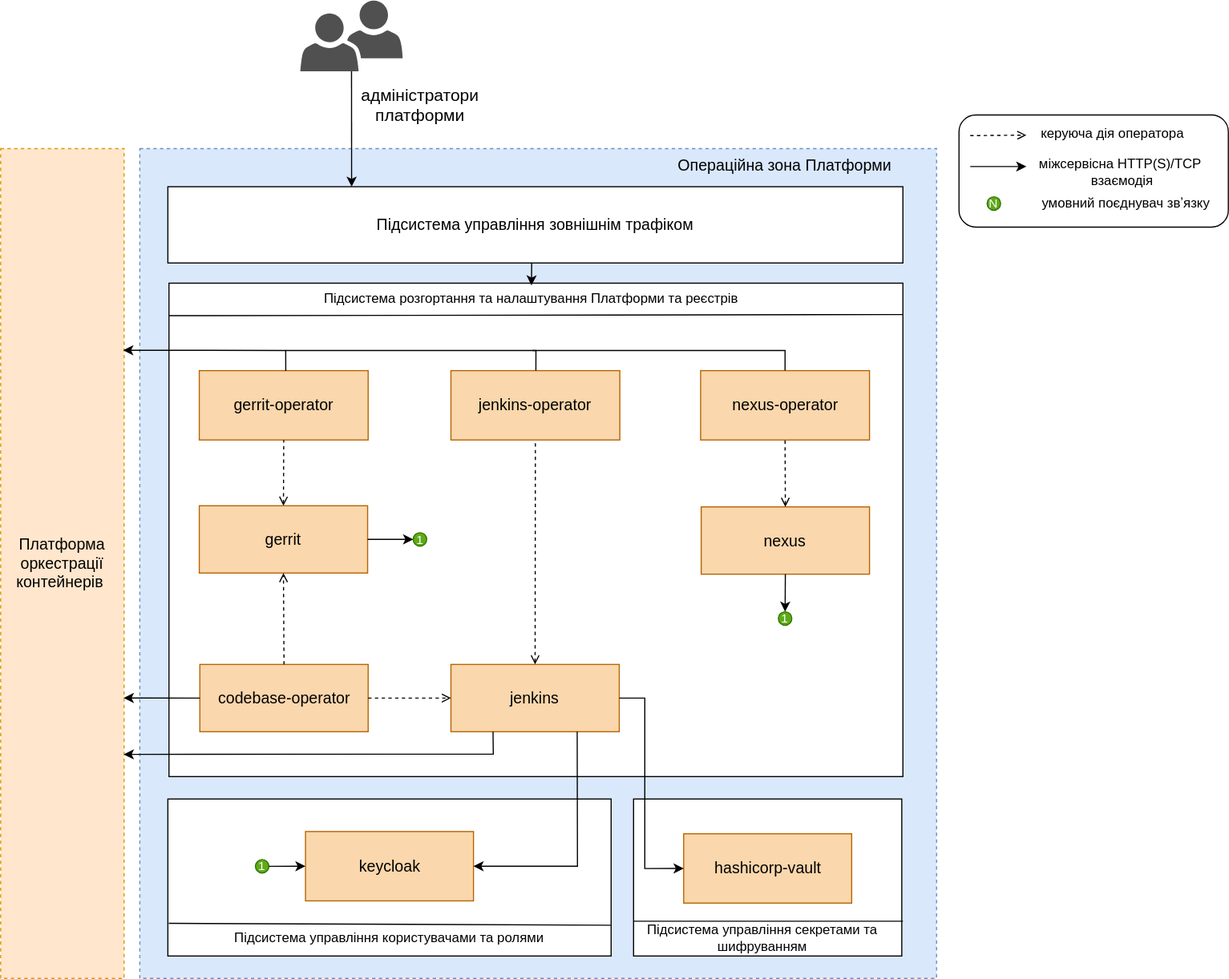
epam/edp-ddm-architecture keeps this draw.io diagram as docs/ua/modules/arch/images/architecture/platform/administrative/config-management/config-mgmt.svg. Above is the earlier version. Source tidied: cells renumbered, new cells last; positions are measured from the earlier drawing's top-left corner, leaving out a move shared by most shapes. Its diagram source:
```xml
<mxGraphModel>
  <root>
    <mxCell id="0" />
    <mxCell id="1" parent="0" />
    <mxCell id="2" style="rounded=1;whiteSpace=wrap;html=1;" parent="1" vertex="1">
      <mxGeometry x="854" y="102" width="240" height="100" as="geometry" />
    </mxCell>
    <mxCell id="3" style="sketch=0;shadow=0;dashed=0;html=1;strokeColor=none;fillColor=#505050;labelPosition=center;verticalLabelPosition=bottom;verticalAlign=top;outlineConnect=0;align=center;shape=mxgraph.office.users.users_two;" parent="1" vertex="1">
      <mxGeometry x="267" width="91.2" height="63" as="geometry" />
    </mxCell>
    <mxCell id="4" value="&lt;font style=&quot;font-size: 15px;&quot;&gt;адміністратори&lt;br style=&quot;border-color: var(--border-color);&quot;&gt;&lt;span style=&quot;&quot;&gt;платформи&lt;/span&gt;&lt;/font&gt;" style="text;html=1;strokeColor=none;fillColor=none;align=center;verticalAlign=middle;whiteSpace=wrap;rounded=0;" parent="1" vertex="1">
      <mxGeometry x="335.8" y="76.5" width="75.8" height="33.5" as="geometry" />
    </mxCell>
    <mxCell id="5" style="rounded=0;whiteSpace=wrap;html=1;fillColor=#dae8fc;strokeColor=#6c8ebf;dashed=1;" parent="1" vertex="1">
      <mxGeometry x="124" y="132" width="710" height="740" as="geometry" />
    </mxCell>
    <mxCell id="6" value="&lt;font style=&quot;font-size: 14px;&quot;&gt;Операційна зона Платформи&lt;/font&gt;" style="text;html=1;strokeColor=none;fillColor=none;align=center;verticalAlign=middle;whiteSpace=wrap;rounded=0;" parent="1" vertex="1">
      <mxGeometry x="594" y="132" width="210" height="30" as="geometry" />
    </mxCell>
    <mxCell id="7" value="&lt;font style=&quot;font-size: 14px;&quot;&gt;Підсистема управління зовнішнім трафіком&lt;/font&gt;" style="rounded=0;whiteSpace=wrap;html=1;" parent="1" vertex="1">
      <mxGeometry x="149" y="166" width="655" height="68" as="geometry" />
    </mxCell>
    <mxCell id="8" style="endArrow=classic;html=1;rounded=0;entryX=0.25;entryY=0;entryDx=0;entryDy=0;" parent="1" edge="1" source="3" target="7">
      <mxGeometry relative="1" as="geometry" />
    </mxCell>
    <mxCell id="9" style="rounded=0;whiteSpace=wrap;html=1;" parent="1" vertex="1">
      <mxGeometry x="150" y="252" width="654" height="440" as="geometry" />
    </mxCell>
    <mxCell id="10" value="&lt;font style=&quot;font-size: 14px;&quot;&gt;jenkins&lt;br&gt;&lt;/font&gt;" style="rounded=0;whiteSpace=wrap;html=1;fillColor=#fad7ac;strokeColor=#b46504;" parent="1" vertex="1">
      <mxGeometry x="401.2" y="592" width="150" height="60" as="geometry" />
    </mxCell>
    <mxCell id="11" value="&lt;font style=&quot;font-size: 12px;&quot;&gt;Підсистема розгортання та налаштування Платформи та реєстрів&lt;/font&gt;" style="text;html=1;strokeColor=none;fillColor=none;align=center;verticalAlign=middle;whiteSpace=wrap;rounded=0;" parent="1" vertex="1">
      <mxGeometry x="152" y="254" width="642" height="24" as="geometry" />
    </mxCell>
    <mxCell id="12" value="&lt;font style=&quot;font-size: 14px;&quot;&gt;Платформа оркестрації&lt;br&gt;контейнерів&amp;nbsp;&lt;/font&gt;" style="rounded=0;whiteSpace=wrap;html=1;fillColor=#ffe6cc;strokeColor=#d79b00;dashed=1;" parent="1" vertex="1">
      <mxGeometry y="132" width="110" height="740" as="geometry" />
    </mxCell>
    <mxCell id="13" value="&lt;font style=&quot;font-size: 14px;&quot;&gt;jenkins-operator&lt;/font&gt;" style="rounded=0;whiteSpace=wrap;html=1;fillColor=#fad7ac;strokeColor=#b46504;points=[[0,0,0,0,0],[0,0.25,0,0,0],[0,0.5,0,0,0],[0,0.75,0,0,0],[0,1,0,0,0],[0.25,0,0,0,0],[0.25,1,0,0,0],[0.5,0,0,0,0],[0.5,1,0,0,0],[0.75,0,0,0,0],[0.75,1,0,0,0],[1,0,0,0,0],[1,0.25,0,0,0],[1,0.5,0,0,0],[1,0.65,0,0,0],[1,1,0,0,0]];" parent="1" vertex="1">
      <mxGeometry x="401.2" y="330" width="150.5" height="61.8" as="geometry" />
    </mxCell>
    <mxCell id="14" style="endArrow=none;html=1;rounded=0;dashed=1;endFill=0;startArrow=open;startFill=0;entryX=0.5;entryY=1;entryDx=0;entryDy=0;exitX=0.5;exitY=0;exitDx=0;exitDy=0;" parent="1" edge="1" source="10" target="13">
      <mxGeometry relative="1" as="geometry" />
    </mxCell>
    <mxCell id="15" style="endArrow=open;html=1;rounded=0;dashed=1;endFill=0;" parent="1" edge="1">
      <mxGeometry relative="1" as="geometry">
        <mxPoint x="864" y="120.4" as="sourcePoint" />
        <mxPoint x="914" y="120" as="targetPoint" />
      </mxGeometry>
    </mxCell>
    <mxCell id="16" value="керуюча дія оператора" style="text;html=1;strokeColor=none;fillColor=none;align=center;verticalAlign=middle;whiteSpace=wrap;rounded=0;" parent="1" vertex="1">
      <mxGeometry x="912" y="104" width="158" height="30" as="geometry" />
    </mxCell>
    <mxCell id="17" style="endArrow=classic;html=1;rounded=0;" parent="1" edge="1">
      <mxGeometry relative="1" as="geometry">
        <mxPoint x="864" y="148" as="sourcePoint" />
        <mxPoint x="914" y="148" as="targetPoint" />
      </mxGeometry>
    </mxCell>
    <mxCell id="18" value="міжсервісна HTTP(S)/TCP&lt;br&gt;&amp;nbsp;взаємодія" style="text;html=1;strokeColor=none;fillColor=none;align=center;verticalAlign=middle;whiteSpace=wrap;rounded=0;" parent="1" vertex="1">
      <mxGeometry x="913" y="138" width="170" height="30" as="geometry" />
    </mxCell>
    <mxCell id="19" style="rounded=0;whiteSpace=wrap;html=1;points=[[0,0,0,0,0],[0,0.25,0,0,0],[0,0.5,0,0,0],[0,0.75,0,0,0],[0,1,0,0,0],[0.25,0,0,0,0],[0.25,1,0,0,0],[0.5,0,0,0,0],[0.5,1,0,0,0],[0.68,0,0,0,0],[0.75,1,0,0,0],[1,0,0,0,0],[1,0.25,0,0,0],[1,0.5,0,0,0],[1,0.75,0,0,0],[1,1,0,0,0]];" parent="1" vertex="1">
      <mxGeometry x="149" y="712" width="395" height="140" as="geometry" />
    </mxCell>
    <mxCell id="20" value="&lt;font style=&quot;font-size: 12px;&quot;&gt;Підсистема управління користувачами та ролями&lt;/font&gt;" style="text;html=1;strokeColor=none;fillColor=default;align=center;verticalAlign=middle;whiteSpace=wrap;rounded=0;" parent="1" vertex="1">
      <mxGeometry x="185.2" y="821" width="322.5" height="30" as="geometry" />
    </mxCell>
    <mxCell id="21" value="&lt;font style=&quot;font-size: 14px;&quot;&gt;keycloak&lt;/font&gt;" style="rounded=0;whiteSpace=wrap;html=1;fillColor=#fad7ac;strokeColor=#b46504;" parent="1" vertex="1">
      <mxGeometry x="271.6" y="741" width="149.7" height="61.8" as="geometry" />
    </mxCell>
    <mxCell id="22" value="&lt;span style=&quot;font-size: 14px;&quot;&gt;gerrit&lt;/span&gt;" style="rounded=0;whiteSpace=wrap;html=1;fillColor=#fad7ac;strokeColor=#b46504;" parent="1" vertex="1">
      <mxGeometry x="177" y="450.5" width="150" height="60" as="geometry" />
    </mxCell>
    <mxCell id="23" style="endArrow=none;html=1;rounded=0;exitX=0.001;exitY=0.914;exitDx=0;exitDy=0;exitPerimeter=0;" parent="1" edge="1">
      <mxGeometry relative="1" as="geometry">
        <mxPoint x="150.3" y="281" as="sourcePoint" />
        <mxPoint x="804" y="280" as="targetPoint" />
      </mxGeometry>
    </mxCell>
    <mxCell id="24" style="endArrow=none;html=1;rounded=0;exitX=0.002;exitY=0.792;exitDx=0;exitDy=0;exitPerimeter=0;entryX=0.999;entryY=0.804;entryDx=0;entryDy=0;entryPerimeter=0;" parent="1" edge="1" source="19" target="19">
      <mxGeometry relative="1" as="geometry" />
    </mxCell>
    <mxCell id="25" style="rounded=0;whiteSpace=wrap;html=1;" parent="1" vertex="1">
      <mxGeometry x="564" y="712" width="239" height="140" as="geometry" />
    </mxCell>
    <mxCell id="26" value="&lt;font style=&quot;font-size: 12px;&quot;&gt;Підсистема управління секретами та шифруванням&lt;/font&gt;" style="text;html=1;strokeColor=none;fillColor=none;align=center;verticalAlign=middle;whiteSpace=wrap;rounded=0;" parent="1" vertex="1">
      <mxGeometry x="554" y="821" width="250" height="30" as="geometry" />
    </mxCell>
    <mxCell id="27" style="endArrow=none;html=1;rounded=0;" parent="1" edge="1">
      <mxGeometry relative="1" as="geometry">
        <mxPoint x="564" y="821" as="sourcePoint" />
        <mxPoint x="804" y="821" as="targetPoint" />
      </mxGeometry>
    </mxCell>
    <mxCell id="28" value="&lt;span style=&quot;font-size: 14px;&quot;&gt;hashicorp-vault&lt;/span&gt;" style="rounded=0;whiteSpace=wrap;html=1;fillColor=#fad7ac;strokeColor=#b46504;" parent="1" vertex="1">
      <mxGeometry x="608.6" y="743" width="149.7" height="61.8" as="geometry" />
    </mxCell>
    <mxCell id="29" value="&lt;span style=&quot;font-size: 14px;&quot;&gt;gerrit-operator&lt;/span&gt;" style="rounded=0;whiteSpace=wrap;html=1;fillColor=#fad7ac;strokeColor=#b46504;" parent="1" vertex="1">
      <mxGeometry x="177" y="330" width="150.5" height="61.8" as="geometry" />
    </mxCell>
    <mxCell id="30" style="endArrow=none;html=1;rounded=0;dashed=1;endFill=0;startArrow=open;startFill=0;entryX=0.5;entryY=1;entryDx=0;entryDy=0;exitX=0.5;exitY=0;exitDx=0;exitDy=0;" parent="1" edge="1" source="22" target="29">
      <mxGeometry relative="1" as="geometry" />
    </mxCell>
    <mxCell id="31" value="&lt;font style=&quot;font-size: 14px;&quot;&gt;nexus&lt;br&gt;&lt;/font&gt;" style="rounded=0;whiteSpace=wrap;html=1;fillColor=#fad7ac;strokeColor=#b46504;" parent="1" vertex="1">
      <mxGeometry x="624.2" y="451.5" width="150" height="60" as="geometry" />
    </mxCell>
    <mxCell id="32" value="&lt;font style=&quot;font-size: 14px;&quot;&gt;nexus-operator&lt;/font&gt;" style="rounded=0;whiteSpace=wrap;html=1;fillColor=#fad7ac;strokeColor=#b46504;points=[[0,0,0,0,0],[0,0.25,0,0,0],[0,0.5,0,0,0],[0,0.75,0,0,0],[0,1,0,0,0],[0.25,0,0,0,0],[0.25,1,0,0,0],[0.5,0,0,0,0],[0.5,1,0,0,0],[0.75,0,0,0,0],[0.75,1,0,0,0],[1,0,0,0,0],[1,0.25,0,0,0],[1,0.5,0,0,0],[1,0.65,0,0,0],[1,1,0,0,0]];" parent="1" vertex="1">
      <mxGeometry x="623.8" y="330" width="150.5" height="61.8" as="geometry" />
    </mxCell>
    <mxCell id="33" style="endArrow=none;html=1;rounded=0;dashed=1;endFill=0;startArrow=open;startFill=0;entryX=0.5;entryY=1;entryDx=0;entryDy=0;exitX=0.5;exitY=0;exitDx=0;exitDy=0;" parent="1" edge="1" source="31" target="32">
      <mxGeometry relative="1" as="geometry" />
    </mxCell>
    <mxCell id="34" value="&lt;font style=&quot;font-size: 14px;&quot;&gt;codebase-operator&lt;/font&gt;" style="rounded=0;whiteSpace=wrap;html=1;fillColor=#fad7ac;strokeColor=#b46504;points=[[0,0,0,0,0],[0,0.25,0,0,0],[0,0.5,0,0,0],[0,0.75,0,0,0],[0,1,0,0,0],[0.25,0,0,0,0],[0.25,1,0,0,0],[0.5,0,0,0,0],[0.5,1,0,0,0],[0.75,0,0,0,0],[0.75,1,0,0,0],[1,0,0,0,0],[1,0.25,0,0,0],[1,0.5,0,0,0],[1,0.65,0,0,0],[1,1,0,0,0]];" parent="1" vertex="1">
      <mxGeometry x="177.5" y="592" width="150" height="60" as="geometry" />
    </mxCell>
    <mxCell id="35" style="endArrow=classic;html=1;rounded=0;exitX=0;exitY=0.5;exitDx=0;exitDy=0;exitPerimeter=0;entryX=0.997;entryY=0.662;entryDx=0;entryDy=0;entryPerimeter=0;" parent="1" edge="1" source="34" target="12">
      <mxGeometry relative="1" as="geometry" />
    </mxCell>
    <mxCell id="36" style="endArrow=open;html=1;rounded=0;entryX=0.5;entryY=1;entryDx=0;entryDy=0;exitX=0.5;exitY=0;exitDx=0;exitDy=0;exitPerimeter=0;dashed=1;endFill=0;" parent="1" edge="1" source="34" target="22">
      <mxGeometry relative="1" as="geometry" />
    </mxCell>
    <mxCell id="37" style="endArrow=open;html=1;rounded=0;exitX=1;exitY=0.5;exitDx=0;exitDy=0;exitPerimeter=0;entryX=0;entryY=0.5;entryDx=0;entryDy=0;dashed=1;endFill=0;" parent="1" edge="1" source="34" target="10">
      <mxGeometry relative="1" as="geometry" />
    </mxCell>
    <mxCell id="38" style="endArrow=classic;html=1;rounded=0;exitX=1;exitY=0.5;exitDx=0;exitDy=0;entryX=0;entryY=0.5;entryDx=0;entryDy=0;" parent="1" edge="1" source="10" target="28">
      <mxGeometry relative="1" as="geometry">
        <Array as="points">
          <mxPoint x="574" y="622" />
          <mxPoint x="574" y="774" />
        </Array>
      </mxGeometry>
    </mxCell>
    <mxCell id="39" style="endArrow=classic;html=1;rounded=0;exitX=0.75;exitY=1;exitDx=0;exitDy=0;entryX=1;entryY=0.5;entryDx=0;entryDy=0;" parent="1" edge="1" source="10" target="21">
      <mxGeometry relative="1" as="geometry">
        <Array as="points">
          <mxPoint x="514" y="772" />
        </Array>
      </mxGeometry>
    </mxCell>
    <mxCell id="40" style="endArrow=classic;html=1;rounded=0;exitX=0.25;exitY=1;exitDx=0;exitDy=0;jumpStyle=line;entryX=0.997;entryY=0.73;entryDx=0;entryDy=0;entryPerimeter=0;" parent="1" edge="1" source="10" target="12">
      <mxGeometry relative="1" as="geometry">
        <Array as="points">
          <mxPoint x="439" y="672" />
        </Array>
      </mxGeometry>
    </mxCell>
    <mxCell id="41" style="endArrow=none;html=1;rounded=0;entryX=0.503;entryY=0;entryDx=0;entryDy=0;entryPerimeter=0;" parent="1" edge="1" target="13">
      <mxGeometry relative="1" as="geometry">
        <mxPoint x="254" y="312" as="sourcePoint" />
        <Array as="points">
          <mxPoint x="477" y="312" />
        </Array>
      </mxGeometry>
    </mxCell>
    <mxCell id="42" style="endArrow=none;html=1;rounded=0;entryX=0.5;entryY=0;entryDx=0;entryDy=0;entryPerimeter=0;" parent="1" edge="1" target="32">
      <mxGeometry relative="1" as="geometry">
        <mxPoint x="474" y="312" as="sourcePoint" />
        <Array as="points">
          <mxPoint x="699" y="312" />
        </Array>
      </mxGeometry>
    </mxCell>
    <mxCell id="43" value="&lt;font style=&quot;font-size: 11px;&quot;&gt;1&lt;/font&gt;" style="ellipse;whiteSpace=wrap;html=1;fillColor=#60a917;strokeColor=#2D7600;fontColor=#ffffff;" parent="1" vertex="1">
      <mxGeometry x="367.6" y="474.5" width="12" height="12" as="geometry" />
    </mxCell>
    <mxCell id="44" value="&lt;span style=&quot;font-size: 11px;&quot;&gt;N&lt;/span&gt;" style="ellipse;whiteSpace=wrap;html=1;fillColor=#60a917;strokeColor=#2D7600;fontColor=#ffffff;" parent="1" vertex="1">
      <mxGeometry x="879.1" y="175" width="12" height="12" as="geometry" />
    </mxCell>
    <mxCell id="45" value="умовний поєднувач звʼязку" style="text;html=1;strokeColor=none;fillColor=none;align=center;verticalAlign=middle;whiteSpace=wrap;rounded=0;" parent="1" vertex="1">
      <mxGeometry x="923" y="166" width="160" height="30" as="geometry" />
    </mxCell>
    <mxCell id="46" style="endArrow=classic;html=1;rounded=0;exitX=1;exitY=0.5;exitDx=0;exitDy=0;entryX=0;entryY=0.5;entryDx=0;entryDy=0;" parent="1" edge="1" source="22" target="43">
      <mxGeometry relative="1" as="geometry" />
    </mxCell>
    <mxCell id="47" value="&lt;font style=&quot;font-size: 11px;&quot;&gt;1&lt;/font&gt;" style="ellipse;whiteSpace=wrap;html=1;fillColor=#60a917;strokeColor=#2D7600;fontColor=#ffffff;" parent="1" vertex="1">
      <mxGeometry x="227" y="766" width="12" height="12" as="geometry" />
    </mxCell>
    <mxCell id="48" style="endArrow=classic;html=1;rounded=0;exitX=1;exitY=0.5;exitDx=0;exitDy=0;entryX=0;entryY=0.5;entryDx=0;entryDy=0;" parent="1" edge="1" source="47" target="21">
      <mxGeometry relative="1" as="geometry" />
    </mxCell>
    <mxCell id="49" value="&lt;font style=&quot;font-size: 11px;&quot;&gt;1&lt;/font&gt;" style="ellipse;whiteSpace=wrap;html=1;fillColor=#60a917;strokeColor=#2D7600;fontColor=#ffffff;" parent="1" vertex="1">
      <mxGeometry x="693" y="545" width="12" height="12" as="geometry" />
    </mxCell>
    <mxCell id="50" style="endArrow=classic;html=1;rounded=0;exitX=0.5;exitY=1;exitDx=0;exitDy=0;entryX=0.5;entryY=0;entryDx=0;entryDy=0;" parent="1" edge="1" source="31" target="49">
      <mxGeometry relative="1" as="geometry" />
    </mxCell>
    <mxCell id="51" style="endArrow=classic;html=1;rounded=0;exitX=0.495;exitY=0.997;exitDx=0;exitDy=0;entryX=0.5;entryY=0;entryDx=0;entryDy=0;exitPerimeter=0;" parent="1" edge="1" source="7" target="11">
      <mxGeometry relative="1" as="geometry" />
    </mxCell>
    <mxCell id="52" style="endArrow=classic;html=1;rounded=0;entryX=0.993;entryY=0.243;entryDx=0;entryDy=0;entryPerimeter=0;exitX=0.512;exitY=0.005;exitDx=0;exitDy=0;exitPerimeter=0;" parent="1" edge="1" source="29" target="12">
      <mxGeometry relative="1" as="geometry">
        <Array as="points">
          <mxPoint x="254" y="312" />
        </Array>
      </mxGeometry>
    </mxCell>
  </root>
</mxGraphModel>
```
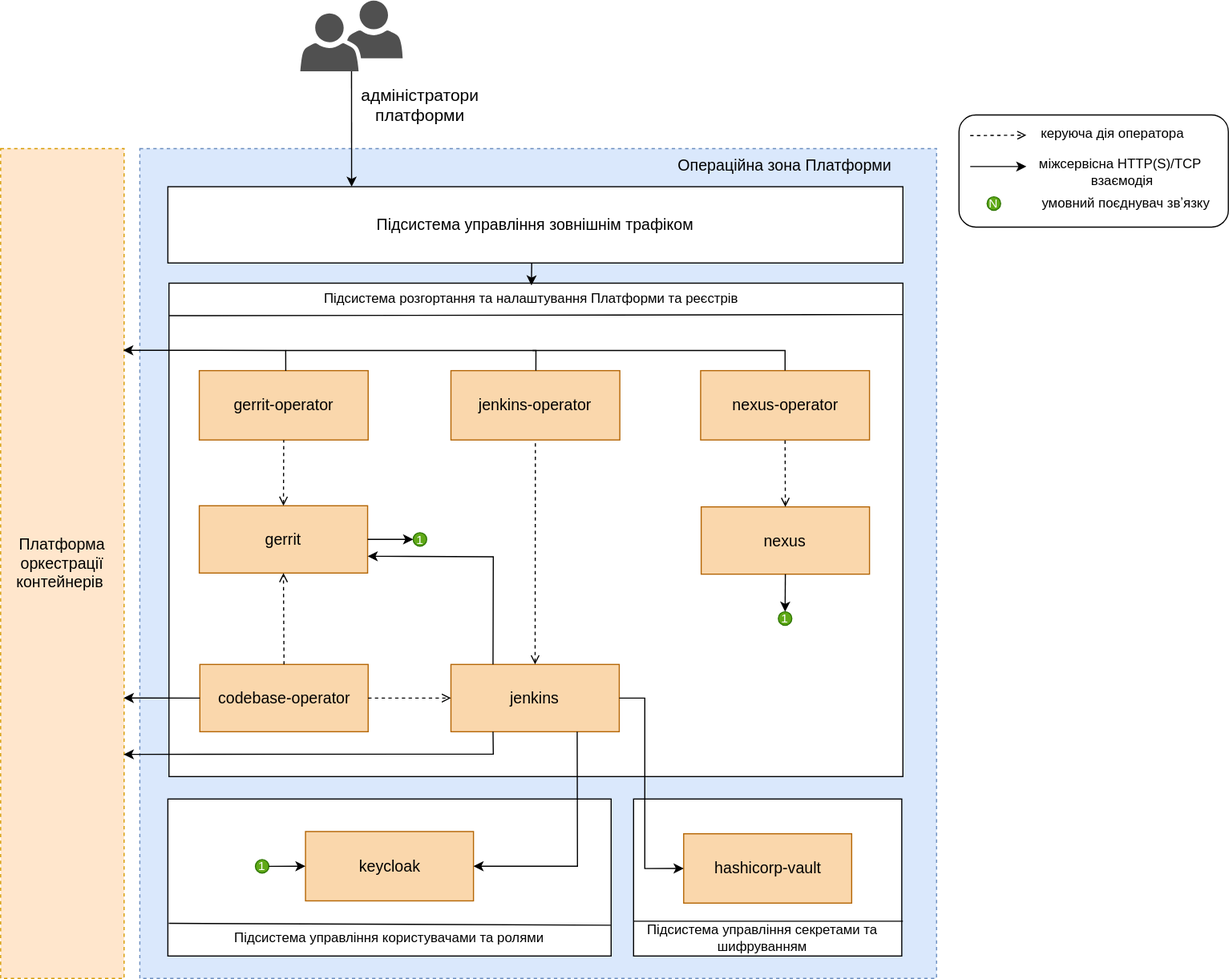
After the change.

Commit message:
[EDP-DDM-25696] Add config mgmt subsystem

The edit, as a diff of the source:
```diff
@@ -194,5 +194,12 @@
         </Array>
       </mxGeometry>
     </mxCell>
+    <mxCell id="53" style="endArrow=classic;html=1;rounded=0;entryX=1;entryY=0.75;entryDx=0;entryDy=0;exitX=0.25;exitY=0;exitDx=0;exitDy=0;" parent="1" edge="1" source="10" target="22">
+      <mxGeometry relative="1" as="geometry">
+        <Array as="points">
+          <mxPoint x="439" y="496" />
+        </Array>
+      </mxGeometry>
+    </mxCell>
   </root>
 </mxGraphModel>
```
